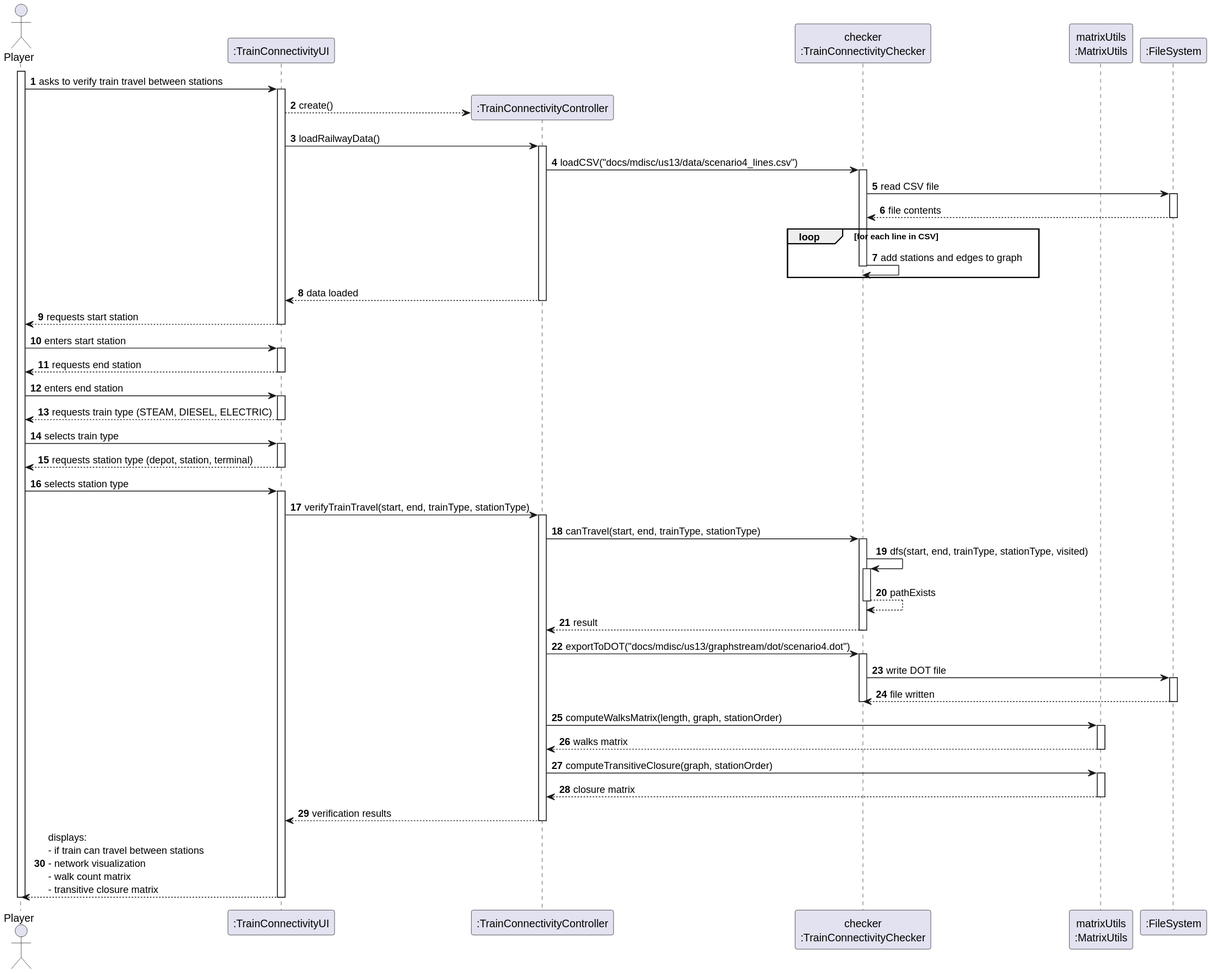
The PlantUML diagram docs/system-documentation/Sprint 2/US13/03.design/svg/US13-SD-full.svg in HenriqueSilva18/Railway-Network-Simulator, before a commit. The source it was exported from:
```plantuml
@startuml
skinparam packageStyle rectangle
skinparam shadowing false

autonumber

actor "Player" as PLAYER
participant ":TrainConnectivityUI" as UI
participant ":TrainConnectivityController" as CTRL
participant "checker\n:TrainConnectivityChecker" as CHECKER
participant "matrixUtils\n:MatrixUtils" as MATRIX
participant ":FileSystem" as FS

activate PLAYER

    PLAYER -> UI : asks to verify train travel between stations
    activate UI
        UI --> CTRL** : create()

        UI -> CTRL : loadRailwayData()
        activate CTRL
            CTRL -> CHECKER : loadCSV("docs/mdisc/us13/data/scenario4_lines.csv")
            activate CHECKER
                CHECKER -> FS : read CSV file
                activate FS
                    FS --> CHECKER : file contents
                deactivate FS

                loop for each line in CSV
                    CHECKER -> CHECKER : add stations and edges to graph
                deactivate CHECKER
                end
            CTRL --> UI : data loaded
        deactivate CTRL

        UI --> PLAYER : requests start station
    deactivate UI

    PLAYER -> UI : enters start station
    activate UI
        UI --> PLAYER : requests end station
    deactivate UI

    PLAYER -> UI : enters end station
    activate UI
        UI --> PLAYER : requests train type (STEAM, DIESEL, ELECTRIC)
    deactivate UI

    PLAYER -> UI : selects train type
    activate UI
        UI --> PLAYER : requests station type (depot, station, terminal)
    deactivate UI

    PLAYER -> UI : selects station type
    activate UI
        UI -> CTRL : verifyTrainTravel(start, end, trainType, stationType)
        activate CTRL
            CTRL -> CHECKER : canTravel(start, end, trainType, stationType)
            activate CHECKER
                CHECKER -> CHECKER : dfs(start, end, trainType, stationType, visited)
                activate CHECKER
                    CHECKER --> CHECKER : pathExists
                deactivate CHECKER
                CHECKER --> CTRL : result
            deactivate CHECKER

            CTRL -> CHECKER : exportToDOT("docs/mdisc/us13/graphstream/dot/scenario4.dot")
            activate CHECKER
                CHECKER -> FS : write DOT file
                activate FS
                    FS --> CHECKER : file written
                deactivate FS
            deactivate CHECKER

            CTRL -> MATRIX : computeWalksMatrix(length, graph, stationOrder)
            activate MATRIX
                MATRIX --> CTRL : walks matrix
            deactivate MATRIX

            CTRL -> MATRIX : computeTransitiveClosure(graph, stationOrder)
            activate MATRIX
                MATRIX --> CTRL : closure matrix
            deactivate MATRIX

            CTRL --> UI : verification results
        deactivate CTRL

        UI --> PLAYER : displays:\n- if train can travel between stations\n- network visualization\n- walk count matrix\n- transitive closure matrix
    deactivate UI

deactivate PLAYER
@enduml
```
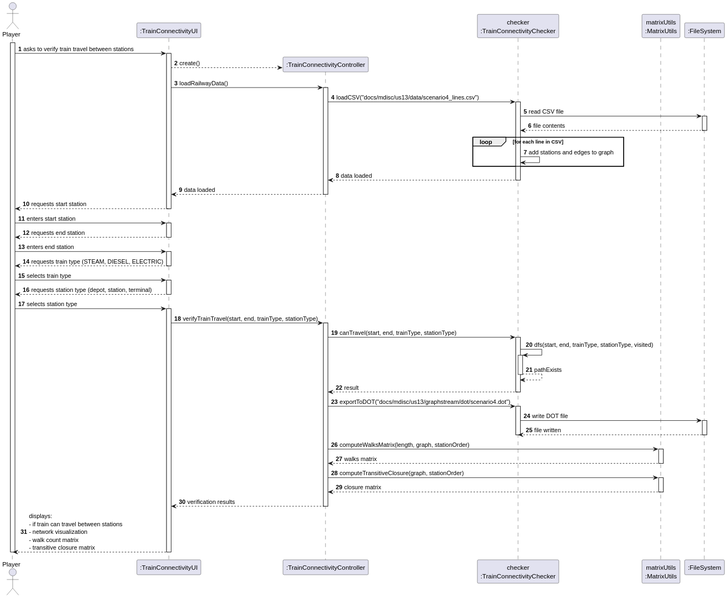
Above is the later version.

Change to the diagram source:
```diff
@@ -28,8 +28,10 @@
 
                 loop for each line in CSV
                     CHECKER -> CHECKER : add stations and edges to graph
+                end
+                CHECKER --> CTRL : data loaded
                 deactivate CHECKER
-                end
+
             CTRL --> UI : data loaded
         deactivate CTRL
 
```
